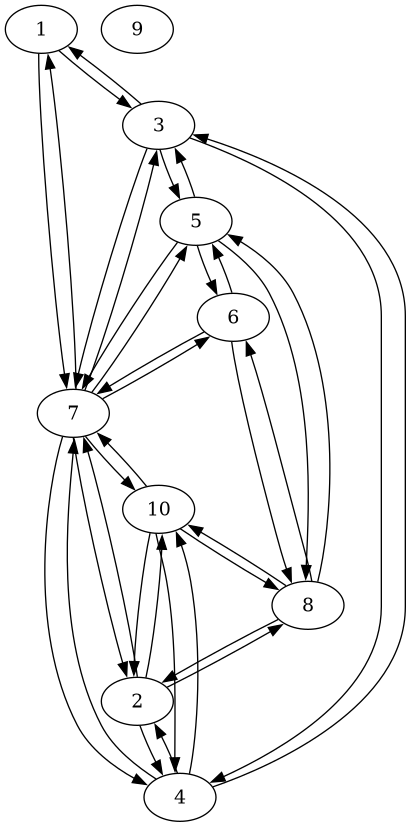
Earlier version of the Graphviz export lab_08/graph.png (Nill777/IU7_TADS). Its source is kept beside it as lab_08/graph.gv.
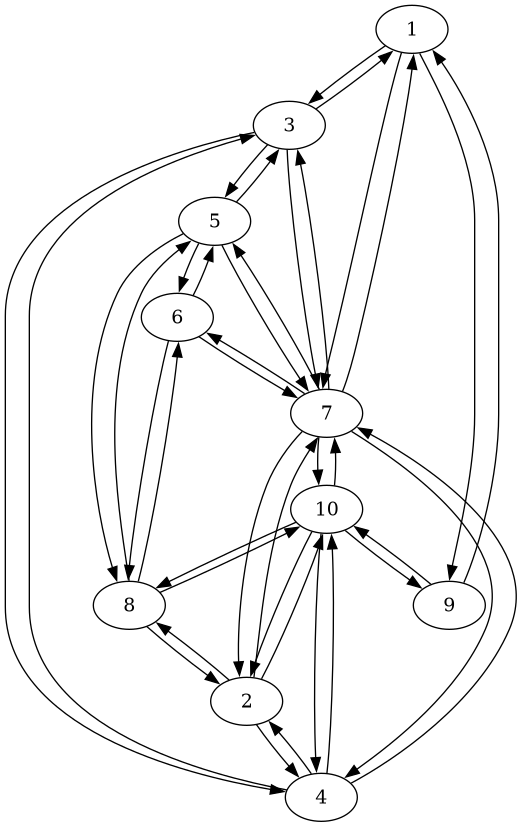
Later version of the same file.

Change to the diagram source:
```diff
@@ -1,6 +1,7 @@
 digraph MyGraph {
 1 -> 3;
 1 -> 7;
+1 -> 9;
 2 -> 4;
 2 -> 7;
 2 -> 8;
@@ -31,9 +32,11 @@
 8 -> 5;
 8 -> 6;
 8 -> 10;
-9;
+9 -> 1;
+9 -> 10;
 10 -> 2;
 10 -> 4;
 10 -> 7;
 10 -> 8;
+10 -> 9;
 }
```
